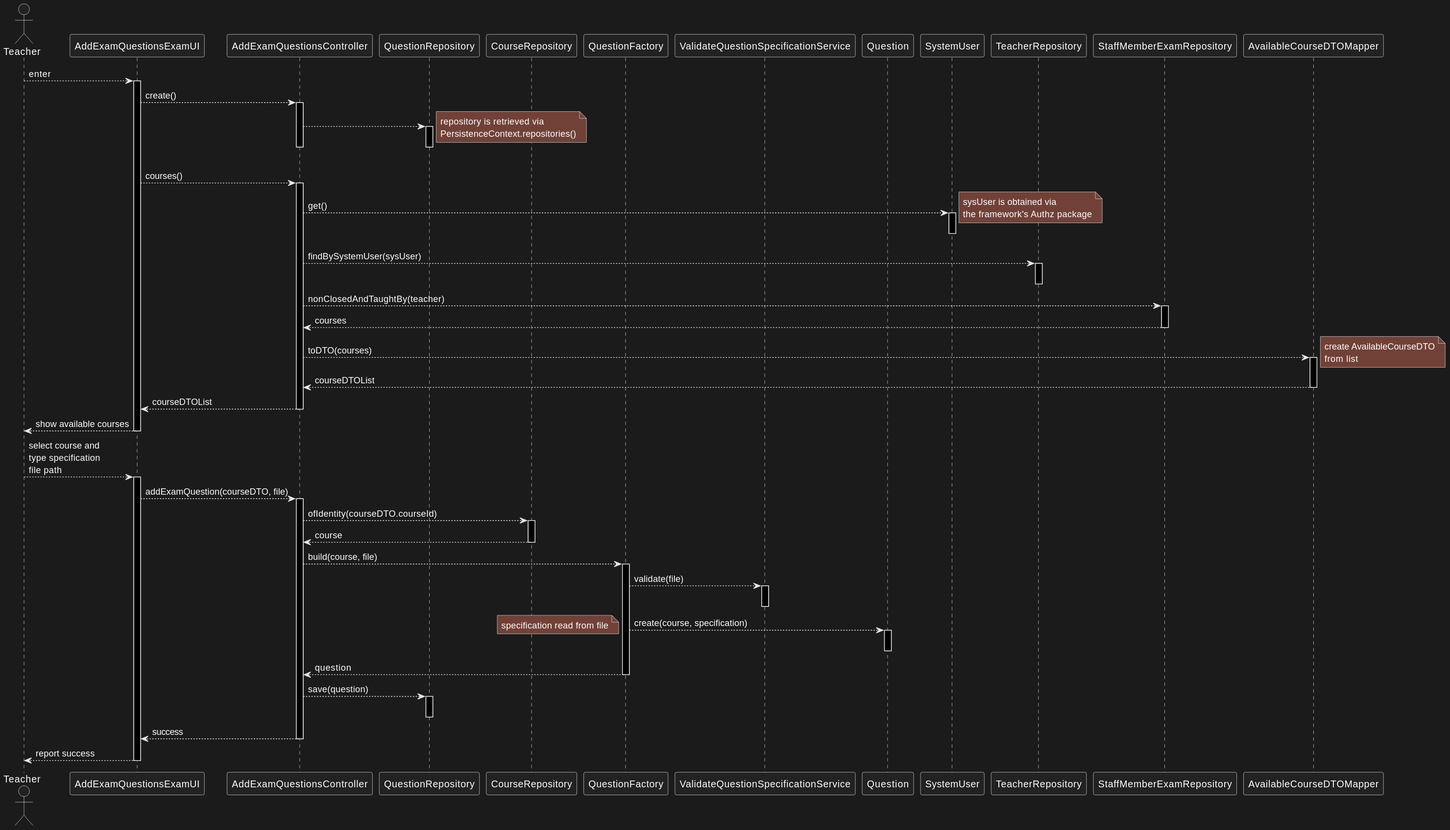
jovami/isep-lapr4 keeps this PlantUML diagram as docs/us_2007/sd.svg. Above is the earlier version.
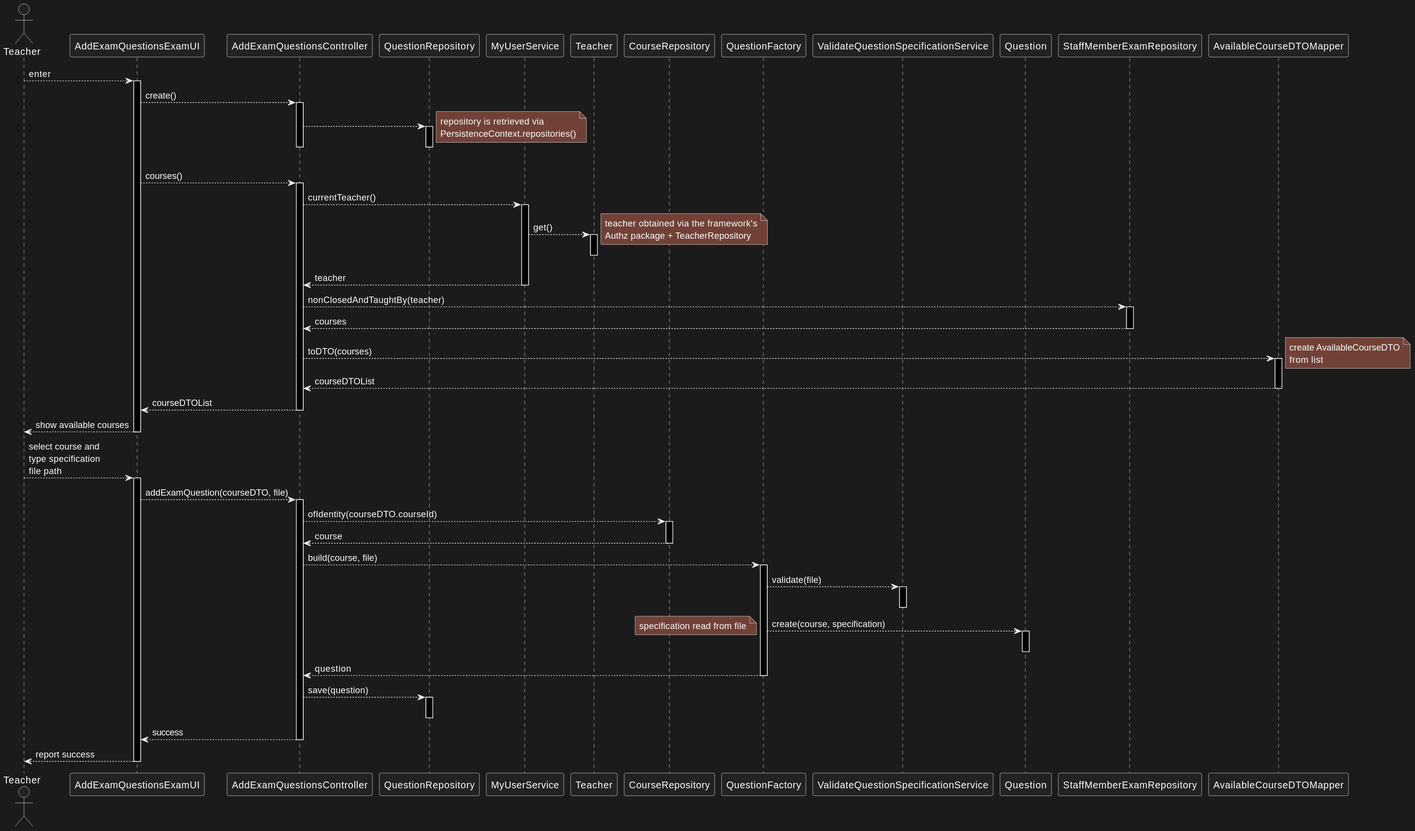
After the change.

What changed in the source:
```diff
@@ -4,6 +4,10 @@
 participant AddExamQuestionsController as ctrl
 
 participant QuestionRepository as repo
+
+participant MyUserService as user_svc
+participant Teacher as teacher
+
 participant CourseRepository as c_repo
 
 participant QuestionFactory as fact
@@ -12,9 +16,7 @@
 participant Question as question
 
 
-participant SystemUser as sys_usr
 
-participant TeacherRepository as t_repo
 participant StaffMemberExamRepository as sm_repo
 
 participant AvailableCourseDTOMapper as mapper
@@ -37,14 +39,14 @@
 
     ui --> ctrl : courses()
     activate ctrl
-        ctrl --> sys_usr : get()
-        activate sys_usr
-            note right : sysUser is obtained via\nthe framework's Authz package
-        deactivate sys_usr
-
-        ctrl --> t_repo : findBySystemUser(sysUser)
-        activate t_repo
-        deactivate t_repo
+        ctrl --> user_svc : currentTeacher()
+        activate user_svc
+            user_svc --> teacher : get()
+            activate teacher
+            deactivate teacher
+            note right : teacher obtained via the framework's\nAuthz package + TeacherRepository
+            user_svc --> ctrl : teacher
+        deactivate user_svc
 
         ctrl --> sm_repo : nonClosedAndTaughtBy(teacher)
         activate sm_repo
```
